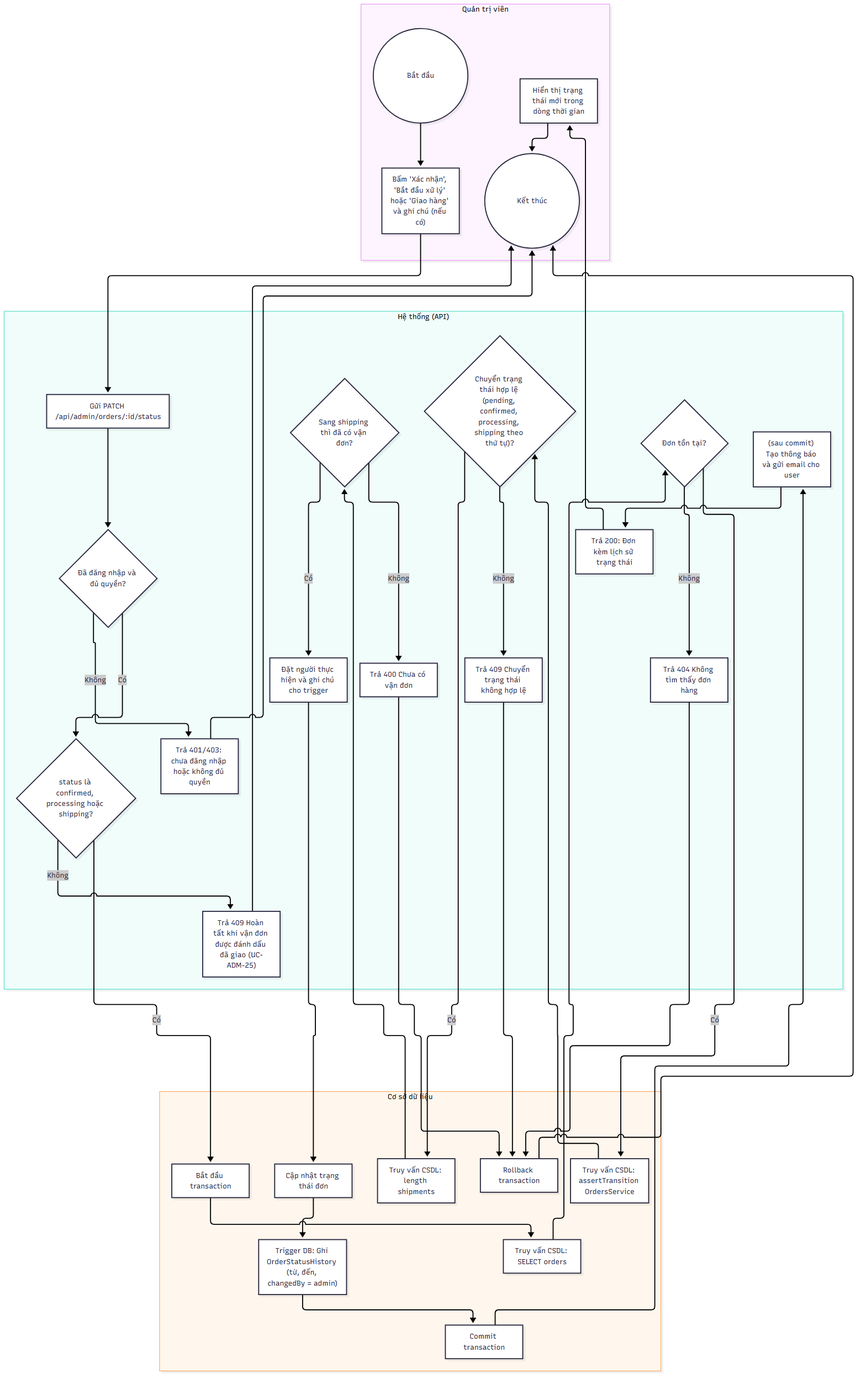
The Mermaid diagram docs/diagrams/png/activity_UC-ADM-21_cap-nhat-trang-thai-don-hang.png in 2431540234-arch/XDUDTMDT, before a commit. Its source is kept beside it as docs/diagrams/src/activity_UC-ADM-21_cap-nhat-trang-thai-don-hang.mmd. Its diagram source:
```mermaid
flowchart TD
    subgraph LANE_A["Quản trị viên"]
        n1(("Bắt đầu"))
        n2["Bấm 'Xác nhận', 'Bắt đầu xử lý' hoặc 'Giao hàng' và ghi chú (nếu có)"]
        n25["Hiển thị trạng thái mới trong dòng thời gian"]
        n26(("Kết thúc"))
    end
    subgraph LANE_S["Hệ thống (API)"]
        n3["Gửi PATCH /api/admin/orders/:id/status"]
        n4{"Đã đăng nhập và đủ quyền?"}
        n5["Trả 401/403: chưa đăng nhập hoặc không đủ quyền"]
        n6{"status là confirmed, processing hoặc shipping?"}
        n7["Trả 409 Hoàn tất khi vận đơn được đánh dấu đã giao (UC-ADM-25)"]
        n10{"Đơn tồn tại?"}
        n11["Trả 404 Không tìm thấy đơn hàng"]
        n14{"Chuyển trạng thái hợp lệ (pending, confirmed, processing, shipping theo thứ tự)?"}
        n15["Trả 409 Chuyển trạng thái không hợp lệ"]
        n17{"Sang shipping thì đã có vận đơn?"}
        n18["Trả 400 Chưa có vận đơn"]
        n19["Đặt người thực hiện và ghi chú cho trigger"]
        n23["(sau commit) Tạo thông báo và gửi email cho user"]
        n24["Trả 200: Đơn kèm lịch sử trạng thái"]
    end
    subgraph LANE_D["Cơ sở dữ liệu"]
        n8["Bắt đầu transaction"]
        n9["Truy vấn CSDL: SELECT orders"]
        n12["Rollback transaction"]
        n13["Truy vấn CSDL: assertTransition OrdersService"]
        n16["Truy vấn CSDL: length shipments"]
        n20["Cập nhật trạng thái đơn"]
        n21["Trigger DB: Ghi OrderStatusHistory (từ, đến, changedBy = admin)"]
        n22["Commit transaction"]
    end
    n1 --> n2
    n2 --> n3
    n3 --> n4
    n4 -->|"Không"| n5
    n4 -->|"Có"| n6
    n6 -->|"Không"| n7
    n6 -->|"Có"| n8
    n8 --> n9
    n9 --> n10
    n10 -->|"Không"| n11
    n11 --> n12
    n10 -->|"Có"| n13
    n13 --> n14
    n14 -->|"Không"| n15
    n15 --> n12
    n14 -->|"Có"| n16
    n16 --> n17
    n17 -->|"Không"| n18
    n18 --> n12
    n17 -->|"Có"| n19
    n19 --> n20
    n20 --> n21
    n21 --> n22
    n22 --> n23
    n23 --> n24
    n24 --> n25
    n25 --> n26
    n5 --> n26
    n7 --> n26
    n12 --> n26
```
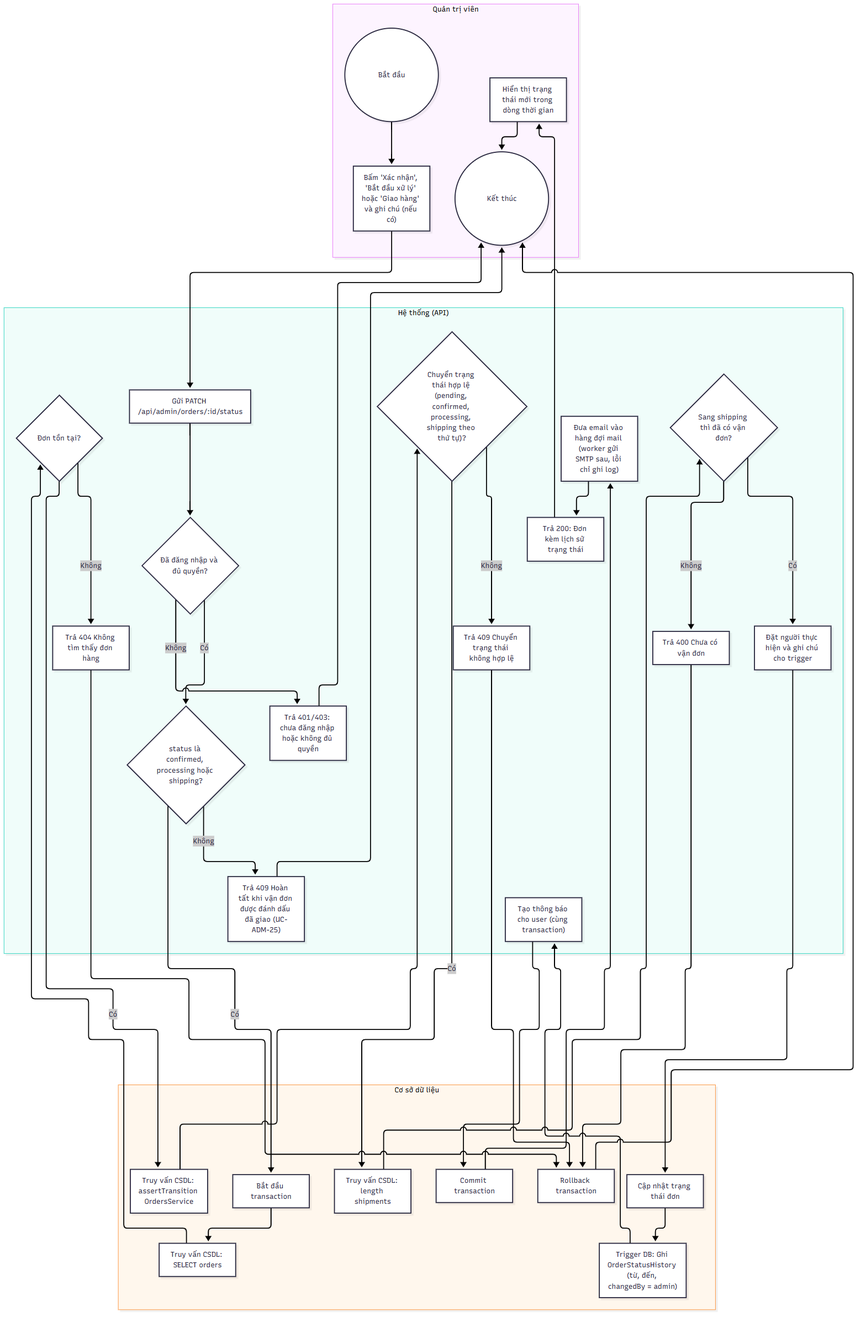
Later version of the same file.

Change to the diagram source:
```diff
@@ -18,7 +18,8 @@
         n17{"Sang shipping thì đã có vận đơn?"}
         n18["Trả 400 Chưa có vận đơn"]
         n19["Đặt người thực hiện và ghi chú cho trigger"]
-        n23["(sau commit) Tạo thông báo và gửi email cho user"]
+        n23["Đưa email vào hàng đợi mail (worker gửi SMTP sau, lỗi chỉ ghi log)"]
+        n27["Tạo thông báo cho user (cùng transaction)"]
         n24["Trả 200: Đơn kèm lịch sử trạng thái"]
     end
     subgraph LANE_D["Cơ sở dữ liệu"]
@@ -53,7 +54,8 @@
     n17 -->|"Có"| n19
     n19 --> n20
     n20 --> n21
-    n21 --> n22
+    n21 --> n27
+    n27 --> n22
     n22 --> n23
     n23 --> n24
     n24 --> n25
```
